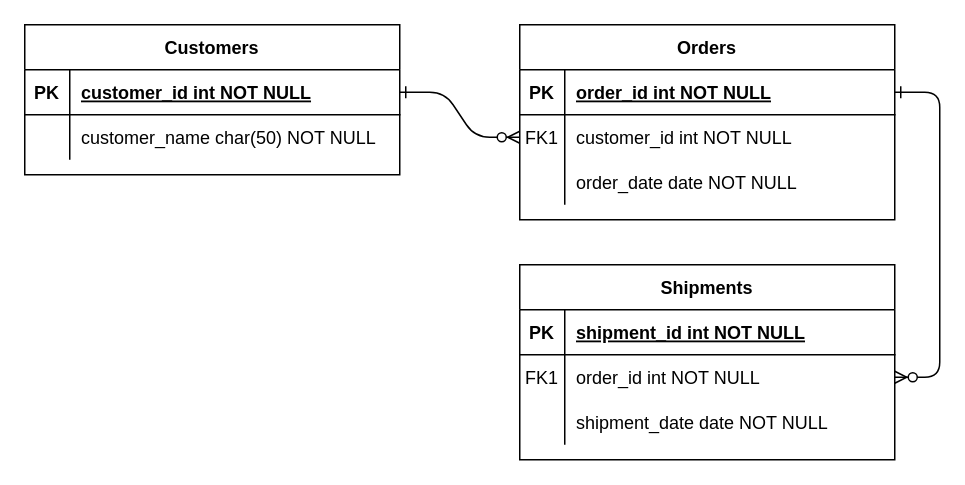
saturneric/DrawIO keeps this draw.io diagram as diagram/描述模型实体关系图.drawio. Above is the earlier version. Source tidied: cells renumbered, new cells numbered last; positions are measured from the earlier drawing's top-left corner, leaving out a move shared by most shapes. Both pictures are drawn from the tidied source at 150%, with x=0, y=0 at pixel (24, 24).
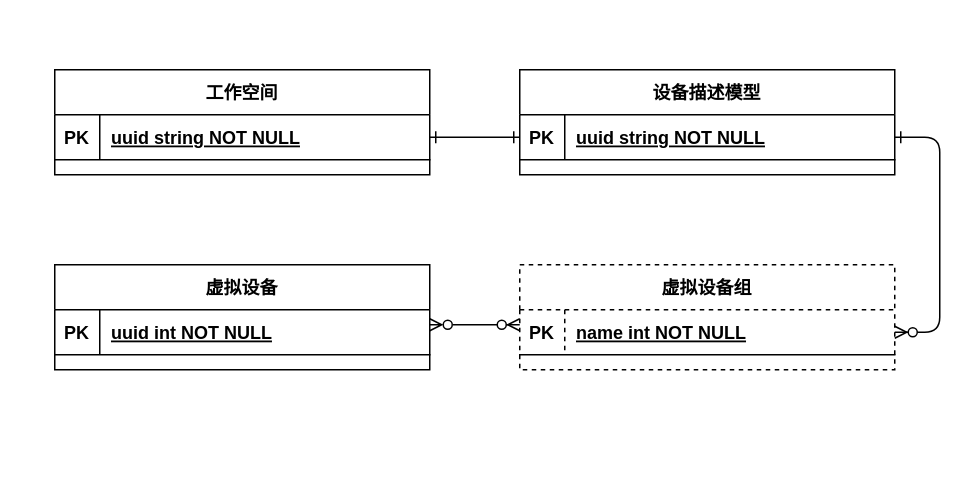
The same diagram, later.

Commit message:
Update 描述模型实体关系图.drawio

The change refers to these unchanged cells:
```xml
<mxCell id="5" style="shape=partialRectangle;fillColor=none;points=[[0,0.5],[1,0.5]];portConstraint=eastwest;top=0;left=0;right=0;bottom=1;" parent="4" vertex="1">
  <mxGeometry y="30" width="250" height="30" as="geometry" />
</mxCell>
<mxCell id="15" style="shape=partialRectangle;fillColor=none;points=[[0,0.5],[1,0.5]];portConstraint=eastwest;top=0;left=0;right=0;bottom=1;" parent="14" vertex="1">
  <mxGeometry y="30" width="250" height="30" as="geometry" />
</mxCell>
<mxCell id="25" style="shape=partialRectangle;fillColor=none;points=[[0,0.5],[1,0.5]];portConstraint=eastwest;top=0;left=0;right=0;bottom=1;" parent="24" vertex="1">
  <mxGeometry y="30" width="250" height="30" as="geometry" />
</mxCell>
```

The edit, as a diff of the source:
```diff
@@
-    <mxCell id="2" style="edgeStyle=entityRelationEdgeStyle;endArrow=ERzeroToMany;startArrow=ERone;endFill=1;startFill=0;" parent="1" edge="1" source="25" target="8">
+    <mxCell id="2" style="edgeStyle=entityRelationEdgeStyle;endArrow=ERone;startArrow=ERone;endFill=0;startFill=0;entryX=0;entryY=0.5;entryDx=0;entryDy=0;" parent="1" edge="1" source="25" target="5">
       <mxGeometry relative="1" as="geometry" />
     </mxCell>
-    <mxCell id="3" style="edgeStyle=entityRelationEdgeStyle;endArrow=ERzeroToMany;startArrow=ERone;endFill=1;startFill=0;" parent="1" edge="1" source="5" target="18">
+    <mxCell id="3" style="edgeStyle=entityRelationEdgeStyle;endArrow=ERzeroToMany;startArrow=ERone;endFill=1;startFill=0;entryX=1;entryY=0.5;entryDx=0;entryDy=0;" parent="1" edge="1" source="5" target="15">
       <mxGeometry relative="1" as="geometry" />
     </mxCell>
-    <mxCell id="4" value="Orders" style="shape=table;startSize=30;childLayout=tableLayout;rowLines=0;fontStyle=1;align=center;" parent="1" vertex="1">
-      <mxGeometry x="330" width="250" height="130" as="geometry" />
+    <mxCell id="4" value="设备描述模型" style="shape=table;startSize=30;childLayout=tableLayout;rowLines=0;fontStyle=1;align=center;" parent="1" vertex="1">
+      <mxGeometry x="330" y="30" width="250" height="70" as="geometry" />
     </mxCell>
@@
-    <mxCell id="7" value="order_id int NOT NULL " style="shape=partialRectangle;overflow=hidden;fillColor=none;top=0;left=0;bottom=0;right=0;align=left;spacingLeft=6;fontStyle=5;" parent="5" vertex="1">
+    <mxCell id="7" value="uuid string NOT NULL" style="shape=partialRectangle;overflow=hidden;fillColor=none;top=0;left=0;bottom=0;right=0;align=left;spacingLeft=6;fontStyle=5;" parent="5" vertex="1">
       <mxGeometry x="30" width="220" height="30" as="geometry" />
     </mxCell>
-    <mxCell id="8" style="shape=partialRectangle;fillColor=none;points=[[0,0.5],[1,0.5]];portConstraint=eastwest;top=0;left=0;right=0;bottom=0;" parent="4" vertex="1">
-      <mxGeometry y="60" width="250" height="30" as="geometry" />
-    </mxCell>
-    <mxCell id="9" value="FK1" style="shape=partialRectangle;overflow=hidden;fillColor=none;top=0;left=0;bottom=0;right=0;" parent="8" vertex="1">
-      <mxGeometry width="30" height="30" as="geometry" />
-    </mxCell>
-    <mxCell id="10" value="customer_id int NOT NULL" style="shape=partialRectangle;overflow=hidden;fillColor=none;top=0;left=0;bottom=0;right=0;align=left;spacingLeft=6;" parent="8" vertex="1">
-      <mxGeometry x="30" width="220" height="30" as="geometry" />
-    </mxCell>
-    <mxCell id="11" style="shape=partialRectangle;fillColor=none;top=0;left=0;right=0;bottom=0;" parent="4" vertex="1">
-      <mxGeometry y="90" width="250" height="30" as="geometry" />
-    </mxCell>
-    <mxCell id="12" style="shape=partialRectangle;overflow=hidden;fillColor=none;top=0;left=0;bottom=0;right=0;" parent="11" vertex="1">
-      <mxGeometry width="30" height="30" as="geometry" />
-    </mxCell>
-    <mxCell id="13" value="order_date date NOT NULL" style="shape=partialRectangle;overflow=hidden;fillColor=none;top=0;left=0;bottom=0;right=0;align=left;spacingLeft=6;" parent="11" vertex="1">
-      <mxGeometry x="30" width="220" height="30" as="geometry" />
-    </mxCell>
-    <mxCell id="14" value="Shipments" style="shape=table;startSize=30;childLayout=tableLayout;rowLines=0;fontStyle=1;align=center;" parent="1" vertex="1">
-      <mxGeometry x="330" y="160" width="250" height="130" as="geometry" />
+    <mxCell id="14" value="虚拟设备组" style="shape=table;startSize=30;childLayout=tableLayout;rowLines=0;fontStyle=1;align=center;dashed=1;" parent="1" vertex="1">
+      <mxGeometry x="330" y="160" width="250" height="70" as="geometry" />
     </mxCell>
@@
-    <mxCell id="17" value="shipment_id int NOT NULL " style="shape=partialRectangle;overflow=hidden;fillColor=none;top=0;left=0;bottom=0;right=0;align=left;spacingLeft=6;fontStyle=5;" parent="15" vertex="1">
+    <mxCell id="17" value="name int NOT NULL " style="shape=partialRectangle;overflow=hidden;fillColor=none;top=0;left=0;bottom=0;right=0;align=left;spacingLeft=6;fontStyle=5;" parent="15" vertex="1">
       <mxGeometry x="30" width="220" height="30" as="geometry" />
     </mxCell>
-    <mxCell id="18" style="shape=partialRectangle;fillColor=none;points=[[0,0.5],[1,0.5]];portConstraint=eastwest;top=0;left=0;right=0;bottom=0;" parent="14" vertex="1">
-      <mxGeometry y="60" width="250" height="30" as="geometry" />
-    </mxCell>
-    <mxCell id="19" value="FK1" style="shape=partialRectangle;overflow=hidden;fillColor=none;top=0;left=0;bottom=0;right=0;" parent="18" vertex="1">
-      <mxGeometry width="30" height="30" as="geometry" />
-    </mxCell>
-    <mxCell id="20" value="order_id int NOT NULL" style="shape=partialRectangle;overflow=hidden;fillColor=none;top=0;left=0;bottom=0;right=0;align=left;spacingLeft=6;" parent="18" vertex="1">
-      <mxGeometry x="30" width="220" height="30" as="geometry" />
-    </mxCell>
-    <mxCell id="21" style="shape=partialRectangle;fillColor=none;top=0;left=0;right=0;bottom=0;" parent="14" vertex="1">
-      <mxGeometry y="90" width="250" height="30" as="geometry" />
-    </mxCell>
-    <mxCell id="22" style="shape=partialRectangle;overflow=hidden;fillColor=none;top=0;left=0;bottom=0;right=0;" parent="21" vertex="1">
-      <mxGeometry width="30" height="30" as="geometry" />
-    </mxCell>
-    <mxCell id="23" value="shipment_date date NOT NULL" style="shape=partialRectangle;overflow=hidden;fillColor=none;top=0;left=0;bottom=0;right=0;align=left;spacingLeft=6;" parent="21" vertex="1">
-      <mxGeometry x="30" width="220" height="30" as="geometry" />
-    </mxCell>
-    <mxCell id="24" value="Customers" style="shape=table;startSize=30;childLayout=tableLayout;rowLines=0;fontStyle=1;align=center;" parent="1" vertex="1">
-      <mxGeometry width="250" height="100" as="geometry" />
+    <mxCell id="24" value="工作空间" style="shape=table;startSize=30;childLayout=tableLayout;rowLines=0;fontStyle=1;align=center;" parent="1" vertex="1">
+      <mxGeometry x="20" y="30" width="250" height="70" as="geometry" />
     </mxCell>
@@
-    <mxCell id="27" value="customer_id int NOT NULL " style="shape=partialRectangle;overflow=hidden;fillColor=none;top=0;left=0;bottom=0;right=0;align=left;spacingLeft=6;fontStyle=5;" parent="25" vertex="1">
+    <mxCell id="27" value="uuid string NOT NULL " style="shape=partialRectangle;overflow=hidden;fillColor=none;top=0;left=0;bottom=0;right=0;align=left;spacingLeft=6;fontStyle=5;" parent="25" vertex="1">
       <mxGeometry x="30" width="220" height="30" as="geometry" />
     </mxCell>
-    <mxCell id="28" style="shape=partialRectangle;fillColor=none;top=0;left=0;right=0;bottom=0;" parent="24" vertex="1">
-      <mxGeometry y="60" width="250" height="30" as="geometry" />
-    </mxCell>
-    <mxCell id="29" style="shape=partialRectangle;overflow=hidden;fillColor=none;top=0;left=0;bottom=0;right=0;" parent="28" vertex="1">
-      <mxGeometry width="30" height="30" as="geometry" />
-    </mxCell>
-    <mxCell id="30" value="customer_name char(50) NOT NULL" style="shape=partialRectangle;overflow=hidden;fillColor=none;top=0;left=0;bottom=0;right=0;align=left;spacingLeft=6;" parent="28" vertex="1">
-      <mxGeometry x="30" width="220" height="30" as="geometry" />
-    </mxCell>
+    <mxCell id="31" value="虚拟设备" style="shape=table;startSize=30;childLayout=tableLayout;rowLines=0;fontStyle=1;align=center;" parent="1" vertex="1">
+      <mxGeometry x="20" y="160" width="250" height="70" as="geometry" />
+    </mxCell>
+    <mxCell id="32" style="shape=partialRectangle;fillColor=none;top=0;left=0;right=0;bottom=1;" parent="31" vertex="1">
+      <mxGeometry y="30" width="250" height="30" as="geometry" />
+    </mxCell>
+    <mxCell id="33" value="PK" style="shape=partialRectangle;overflow=hidden;fillColor=none;top=0;left=0;bottom=0;right=0;fontStyle=1;" parent="32" vertex="1">
+      <mxGeometry width="30" height="30" as="geometry" />
+    </mxCell>
+    <mxCell id="34" value="uuid int NOT NULL " style="shape=partialRectangle;overflow=hidden;fillColor=none;top=0;left=0;bottom=0;right=0;align=left;spacingLeft=6;fontStyle=5;" parent="32" vertex="1">
+      <mxGeometry x="30" width="220" height="30" as="geometry" />
+    </mxCell>
+    <mxCell id="35" style="edgeStyle=entityRelationEdgeStyle;endArrow=ERzeroToMany;startArrow=ERzeroToMany;endFill=1;startFill=0;exitX=1;exitY=0.5;exitDx=0;exitDy=0;entryX=0;entryY=0.5;entryDx=0;entryDy=0;" parent="1" edge="1">
+      <mxGeometry relative="1" as="geometry">
+        <mxPoint x="270" y="200" as="sourcePoint" />
+        <mxPoint x="330" y="200" as="targetPoint" />
+      </mxGeometry>
+    </mxCell>
```
